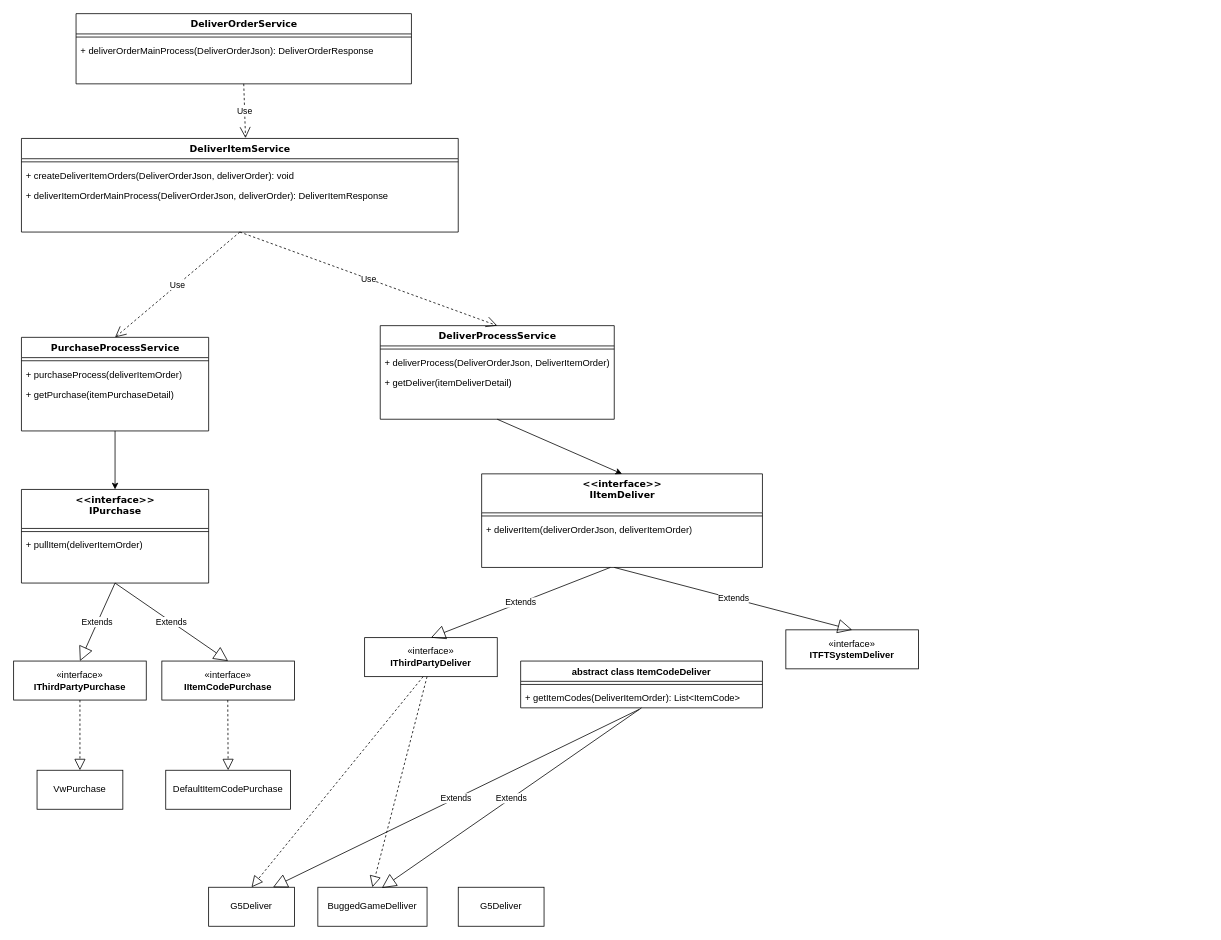
Johnny1110/my_tmp keeps this draw.io diagram as 未命名绘图.drawio. Above is the earlier version. Source tidied: cells renumbered, new cells numbered last; positions are measured from the earlier drawing's top-left corner, leaving out a move shared by most shapes. Both pictures are drawn from the tidied source at 78%, with x=0, y=0 at pixel (13, 13).
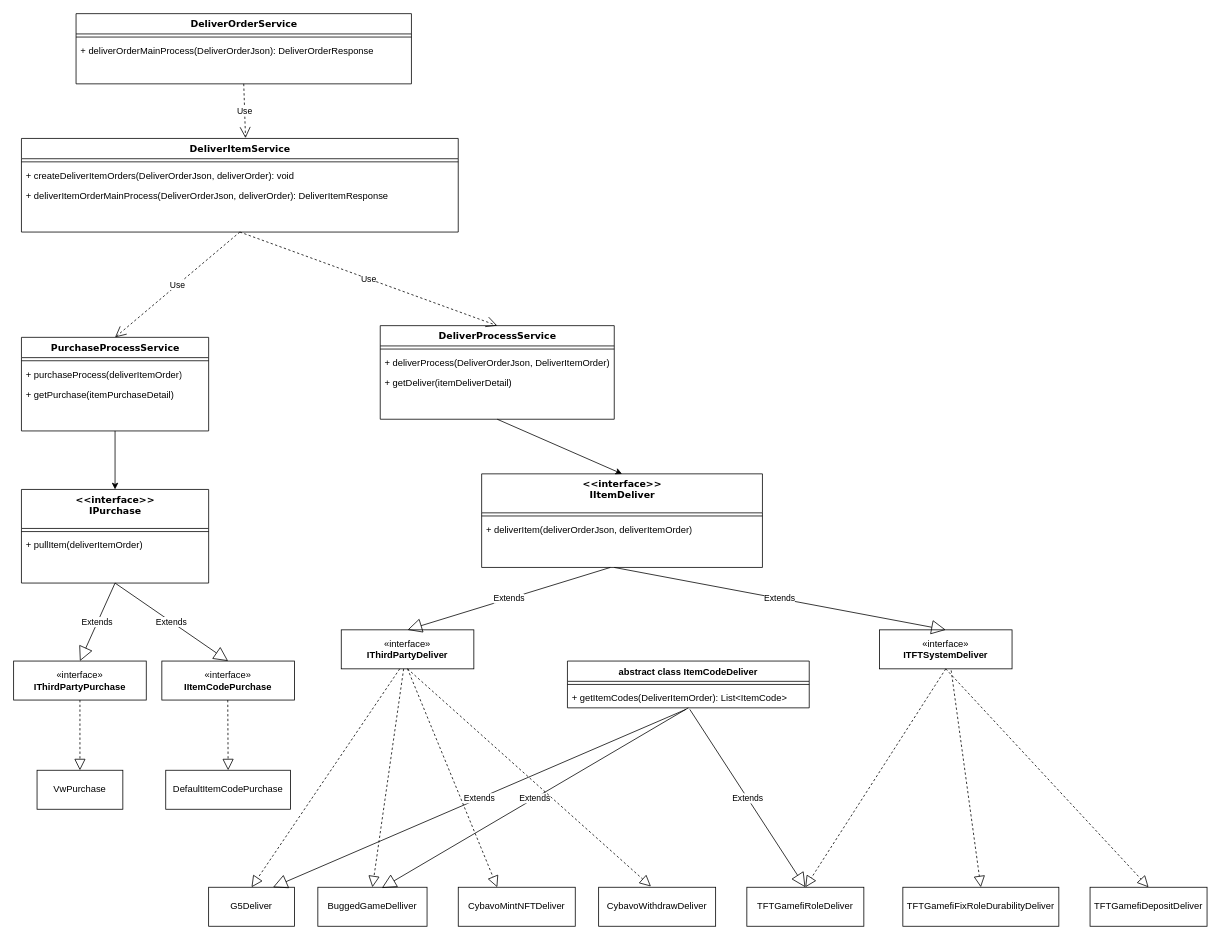
After the change.

Commit message:
更新未命名绘图.drawio

Unchanged cells that the change refers to:
```xml
<mxCell id="42" value="+ getItemCodes(DeliverItemOrder): List&amp;lt;ItemCode&amp;gt;" style="text;strokeColor=none;fillColor=none;align=left;verticalAlign=top;spacingLeft=4;spacingRight=4;overflow=hidden;points=[[0,0.5],[1,0.5]];portConstraint=eastwest;whiteSpace=wrap;html=1;" parent="40" vertex="1">
  <mxGeometry y="34" width="310" height="26" as="geometry" />
</mxCell>
<mxCell id="46" value="BuggedGameDelliver" style="html=1;whiteSpace=wrap;" parent="1" vertex="1">
  <mxGeometry x="390" y="1120" width="140" height="50" as="geometry" />
</mxCell>
```

Diff of the diagram source:
```diff
@@
     <mxCell id="36" value="«interface»&lt;br&gt;&lt;b&gt;IThirdPartyDeliver&lt;br&gt;&lt;/b&gt;" style="html=1;whiteSpace=wrap;" parent="1" vertex="1">
-      <mxGeometry x="450" y="800" width="170" height="50" as="geometry" />
+      <mxGeometry x="420" y="790" width="170" height="50" as="geometry" />
     </mxCell>
     <mxCell id="37" value="«interface»&lt;br&gt;&lt;b&gt;ITFTSystemDeliver&lt;/b&gt;" style="html=1;whiteSpace=wrap;" parent="1" vertex="1">
-      <mxGeometry x="990" y="790" width="170" height="50" as="geometry" />
+      <mxGeometry x="1110" y="790" width="170" height="50" as="geometry" />
     </mxCell>
@@
     <mxCell id="40" value="abstract class ItemCodeDeliver" style="swimlane;fontStyle=1;align=center;verticalAlign=top;horizontal=1;startSize=26;whiteSpace=wrap;html=1;" parent="1" vertex="1">
-      <mxGeometry x="650" y="830" width="310" height="60" as="geometry" />
+      <mxGeometry x="710" y="830" width="310" height="60" as="geometry" />
     </mxCell>
@@
     <mxCell id="47" style="endArrow=block;dashed=1;endFill=0;endSize=12;html=1;rounded=0;entryX=0.5;entryY=0;entryDx=0;entryDy=0;" parent="1" edge="1" target="46">
       <mxGeometry relative="1" as="geometry">
-        <mxPoint x="530" y="850" as="sourcePoint" />
+        <mxPoint x="500" y="840" as="sourcePoint" />
       </mxGeometry>
     </mxCell>
@@
-    <mxCell id="49" value="G5Deliver" style="html=1;whiteSpace=wrap;" parent="1" vertex="1">
-      <mxGeometry x="570" y="1120" width="110" height="50" as="geometry" />
+    <mxCell id="49" value="CybavoMintNFTDeliver" style="html=1;whiteSpace=wrap;" parent="1" vertex="1">
+      <mxGeometry x="570" y="1120" width="150" height="50" as="geometry" />
     </mxCell>
+    <mxCell id="50" style="endArrow=block;dashed=1;endFill=0;endSize=12;html=1;rounded=0;exitX=0.5;exitY=1;exitDx=0;exitDy=0;" parent="1" edge="1" source="36">
+      <mxGeometry relative="1" as="geometry">
+        <mxPoint x="620" y="1120" as="targetPoint" />
+      </mxGeometry>
+    </mxCell>
+    <mxCell id="51" value="CybavoWithdrawDeliver" style="html=1;whiteSpace=wrap;" parent="1" vertex="1">
+      <mxGeometry x="750" y="1120" width="150" height="50" as="geometry" />
+    </mxCell>
+    <mxCell id="52" style="endArrow=block;dashed=1;endFill=0;endSize=12;html=1;rounded=0;exitX=0.5;exitY=1;exitDx=0;exitDy=0;entryX=0.447;entryY=-0.02;entryDx=0;entryDy=0;entryPerimeter=0;" parent="1" edge="1" source="36" target="51">
+      <mxGeometry relative="1" as="geometry" />
+    </mxCell>
+    <mxCell id="53" value="TFTGamefiRoleDeliver" style="html=1;whiteSpace=wrap;" parent="1" vertex="1">
+      <mxGeometry x="940" y="1120" width="150" height="50" as="geometry" />
+    </mxCell>
+    <mxCell id="54" value="TFTGamefiFixRoleDurabilityDeliver" style="html=1;whiteSpace=wrap;" parent="1" vertex="1">
+      <mxGeometry x="1140" y="1120" width="200" height="50" as="geometry" />
+    </mxCell>
+    <mxCell id="55" value="TFTGamefiDepositDeliver" style="html=1;whiteSpace=wrap;" parent="1" vertex="1">
+      <mxGeometry x="1380" y="1120" width="150" height="50" as="geometry" />
+    </mxCell>
+    <mxCell id="56" value="Extends" style="endArrow=block;endSize=16;endFill=0;html=1;rounded=0;exitX=0.506;exitY=1.077;exitDx=0;exitDy=0;exitPerimeter=0;entryX=0.5;entryY=0;entryDx=0;entryDy=0;" parent="1" edge="1" source="42" target="53">
+      <mxGeometry relative="1" as="geometry" />
+    </mxCell>
+    <mxCell id="57" style="endArrow=block;dashed=1;endFill=0;endSize=12;html=1;rounded=0;entryX=0.5;entryY=0;entryDx=0;entryDy=0;exitX=0.5;exitY=1;exitDx=0;exitDy=0;" parent="1" edge="1" source="37" target="55">
+      <mxGeometry relative="1" as="geometry" />
+    </mxCell>
+    <mxCell id="58" style="endArrow=block;dashed=1;endFill=0;endSize=12;html=1;rounded=0;entryX=0.5;entryY=0;entryDx=0;entryDy=0;exitX=0.541;exitY=1.04;exitDx=0;exitDy=0;exitPerimeter=0;" parent="1" edge="1" source="37" target="54">
+      <mxGeometry relative="1" as="geometry" />
+    </mxCell>
+    <mxCell id="59" style="endArrow=block;dashed=1;endFill=0;endSize=12;html=1;rounded=0;entryX=0.5;entryY=0;entryDx=0;entryDy=0;exitX=0.5;exitY=1;exitDx=0;exitDy=0;" parent="1" edge="1" source="37" target="53">
+      <mxGeometry relative="1" as="geometry" />
+    </mxCell>
```
